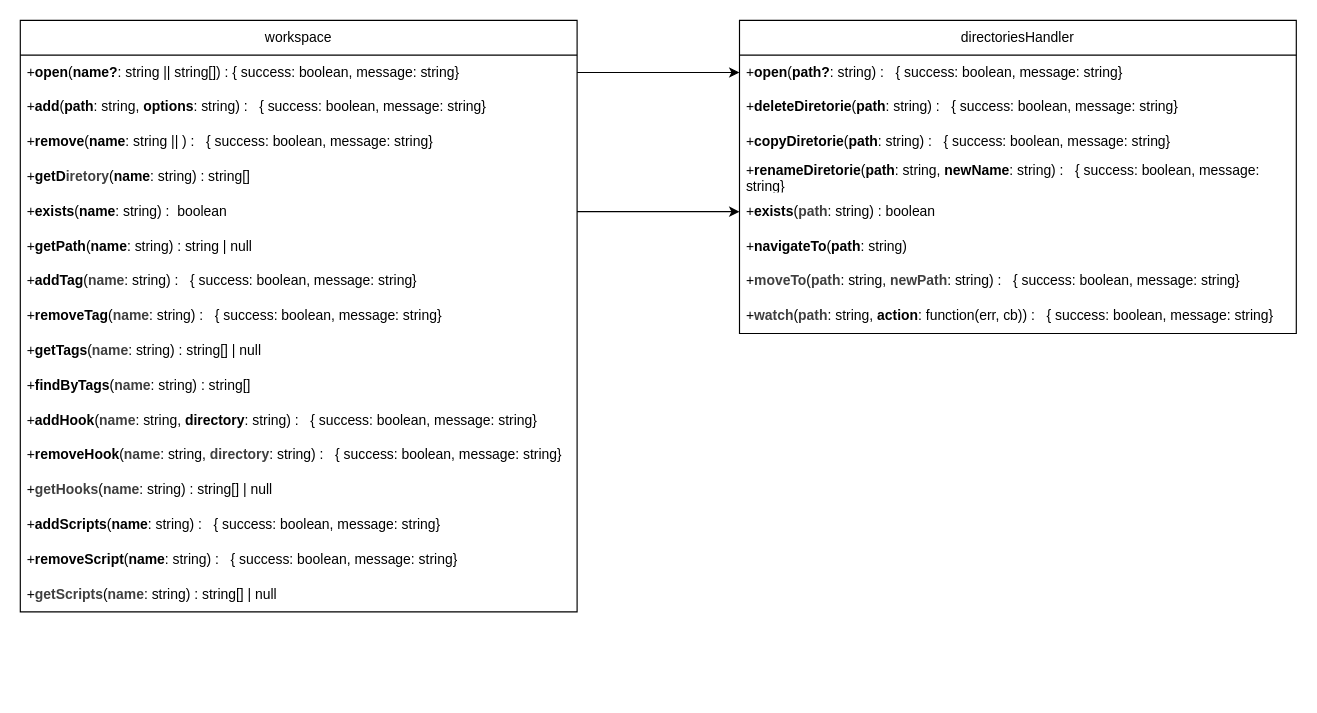
This is docs/draws.dio from LucasTrino/pjt, a draw.io file, before an edit. Source tidied: cells renumbered, new cells numbered last; positions are measured from the earlier drawing's top-left corner, leaving out a move shared by most shapes. Both pictures are drawn from the tidied source at 116%, with x=0, y=0 at pixel (20, 20).
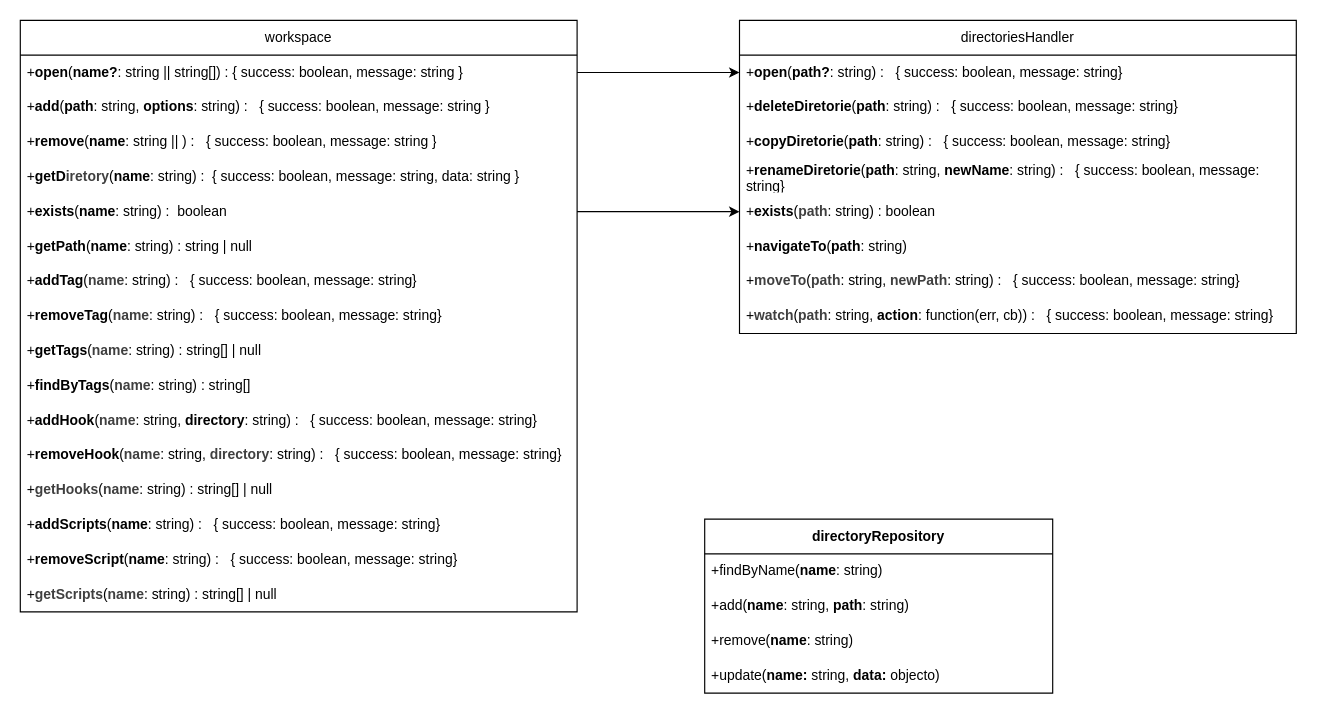
The same diagram, later.

Commit message:
refactor: update draws.dio to adjust diagram dimensions and add directoryRepository structure with methods for findByName, add, remove, and update

The change refers to these unchanged cells:
```xml
<mxCell id="2" value="workspace" style="swimlane;fontStyle=0;horizontal=1;startSize=30;whiteSpace=wrap;html=1;" parent="1" vertex="1">
  <mxGeometry width="480" height="510" as="geometry" />
</mxCell>
```

Change to the diagram source:
```diff
@@
-    <mxCell id="3" value="+&lt;b&gt;open&lt;/b&gt;(&lt;b&gt;name?&lt;/b&gt;: string || string[]) : { success: boolean, message: string}" style="text;strokeColor=none;fillColor=none;align=left;verticalAlign=middle;spacingLeft=4;spacingRight=4;overflow=hidden;points=[[0,0.5],[1,0.5]];portConstraint=eastwest;whiteSpace=wrap;html=1;" parent="2" vertex="1">
+    <mxCell id="3" value="+&lt;b&gt;open&lt;/b&gt;(&lt;b&gt;name?&lt;/b&gt;: string || string[]) : { success: boolean, message: string }" style="text;strokeColor=none;fillColor=none;align=left;verticalAlign=middle;spacingLeft=4;spacingRight=4;overflow=hidden;points=[[0,0.5],[1,0.5]];portConstraint=eastwest;whiteSpace=wrap;html=1;" parent="2" vertex="1">
       <mxGeometry y="30" width="480" height="30" as="geometry" />
     </mxCell>
-    <mxCell id="4" value="+&lt;b&gt;add&lt;/b&gt;(&lt;b&gt;path&lt;/b&gt;: string, &lt;b&gt;options&lt;/b&gt;: string) :&amp;nbsp;&lt;span style=&quot;color: rgb(0, 0, 0);&quot;&gt;&amp;nbsp; { success: boolean, message: string}&lt;/span&gt;" style="text;strokeColor=none;fillColor=none;align=left;verticalAlign=middle;spacingLeft=4;spacingRight=4;overflow=hidden;whiteSpace=wrap;html=1;" parent="2" vertex="1">
+    <mxCell id="4" value="+&lt;b&gt;add&lt;/b&gt;(&lt;b&gt;path&lt;/b&gt;: string, &lt;b&gt;options&lt;/b&gt;: string) :&amp;nbsp;&lt;span style=&quot;color: rgb(0, 0, 0);&quot;&gt;&amp;nbsp; { success: boolean, message: string }&lt;/span&gt;" style="text;strokeColor=none;fillColor=none;align=left;verticalAlign=middle;spacingLeft=4;spacingRight=4;overflow=hidden;whiteSpace=wrap;html=1;" parent="2" vertex="1">
       <mxGeometry y="60" width="480" height="30" as="geometry" />
     </mxCell>
-    <mxCell id="5" value="+&lt;b&gt;remove&lt;/b&gt;(&lt;b&gt;name&lt;/b&gt;: string || ) :&amp;nbsp;&lt;span style=&quot;color: rgb(0, 0, 0);&quot;&gt;&amp;nbsp; { success: boolean, message: string}&lt;/span&gt;" style="text;strokeColor=none;fillColor=none;align=left;verticalAlign=middle;spacingLeft=4;spacingRight=4;overflow=hidden;whiteSpace=wrap;html=1;" parent="2" vertex="1">
+    <mxCell id="5" value="+&lt;b&gt;remove&lt;/b&gt;(&lt;b&gt;name&lt;/b&gt;: string || ) :&amp;nbsp;&lt;span style=&quot;color: rgb(0, 0, 0);&quot;&gt;&amp;nbsp; { success: boolean, message: string }&lt;/span&gt;" style="text;strokeColor=none;fillColor=none;align=left;verticalAlign=middle;spacingLeft=4;spacingRight=4;overflow=hidden;whiteSpace=wrap;html=1;" parent="2" vertex="1">
       <mxGeometry y="90" width="480" height="30" as="geometry" />
     </mxCell>
-    <mxCell id="6" value="&lt;span style=&quot;color: rgb(0, 0, 0);&quot;&gt;+&lt;b&gt;getD&lt;/b&gt;&lt;b style=&quot;color: rgb(63, 63, 63); scrollbar-color: rgb(226, 226, 226) rgb(251, 251, 251);&quot;&gt;iretory&lt;/b&gt;(&lt;b&gt;name&lt;/b&gt;: string) : string[]&lt;/span&gt;" style="text;strokeColor=none;fillColor=none;align=left;verticalAlign=middle;spacingLeft=4;spacingRight=4;overflow=hidden;whiteSpace=wrap;html=1;" parent="2" vertex="1">
+    <mxCell id="6" value="&lt;span style=&quot;color: rgb(0, 0, 0);&quot;&gt;+&lt;b&gt;getD&lt;/b&gt;&lt;b style=&quot;color: rgb(63, 63, 63); scrollbar-color: rgb(226, 226, 226) rgb(251, 251, 251);&quot;&gt;iretory&lt;/b&gt;(&lt;b&gt;name&lt;/b&gt;: string) :&amp;nbsp;&lt;/span&gt;&lt;span style=&quot;scrollbar-color: rgb(226, 226, 226) rgb(251, 251, 251); color: rgb(0, 0, 0);&quot;&gt;&amp;nbsp;{ success: boolean, message: string, data: string }&lt;/span&gt;" style="text;strokeColor=none;fillColor=none;align=left;verticalAlign=middle;spacingLeft=4;spacingRight=4;overflow=hidden;whiteSpace=wrap;html=1;" parent="2" vertex="1">
       <mxGeometry y="120" width="480" height="30" as="geometry" />
     </mxCell>
@@
+    <mxCell id="30" value="&lt;b&gt;directoryRepository&lt;/b&gt;" style="swimlane;fontStyle=0;horizontal=1;startSize=30;whiteSpace=wrap;html=1;" parent="1" vertex="1">
+      <mxGeometry x="590" y="430" width="300" height="150" as="geometry" />
+    </mxCell>
+    <mxCell id="31" value="+findByName(&lt;b&gt;name&lt;/b&gt;: string)" style="text;strokeColor=none;fillColor=none;align=left;verticalAlign=middle;spacingLeft=4;spacingRight=4;overflow=hidden;whiteSpace=wrap;html=1;" parent="30" vertex="1">
+      <mxGeometry y="30" width="300" height="30" as="geometry" />
+    </mxCell>
+    <mxCell id="32" value="&lt;span style=&quot;color: rgb(0, 0, 0);&quot;&gt;+add(&lt;b&gt;name&lt;/b&gt;: string, &lt;b&gt;path&lt;/b&gt;: string)&lt;/span&gt;" style="text;strokeColor=none;fillColor=none;align=left;verticalAlign=middle;spacingLeft=4;spacingRight=4;overflow=hidden;whiteSpace=wrap;html=1;" parent="30" vertex="1">
+      <mxGeometry y="60" width="300" height="30" as="geometry" />
+    </mxCell>
+    <mxCell id="33" value="+remove(&lt;b&gt;name&lt;/b&gt;: string)" style="text;strokeColor=none;fillColor=none;align=left;verticalAlign=middle;spacingLeft=4;spacingRight=4;overflow=hidden;whiteSpace=wrap;html=1;" parent="30" vertex="1">
+      <mxGeometry y="90" width="300" height="30" as="geometry" />
+    </mxCell>
+    <mxCell id="34" value="+update(&lt;b&gt;name:&lt;/b&gt;&amp;nbsp;string, &lt;b&gt;data: &lt;/b&gt;objecto)" style="text;strokeColor=none;fillColor=none;align=left;verticalAlign=middle;spacingLeft=4;spacingRight=4;overflow=hidden;whiteSpace=wrap;html=1;" parent="30" vertex="1">
+      <mxGeometry y="120" width="300" height="30" as="geometry" />
+    </mxCell>
```
